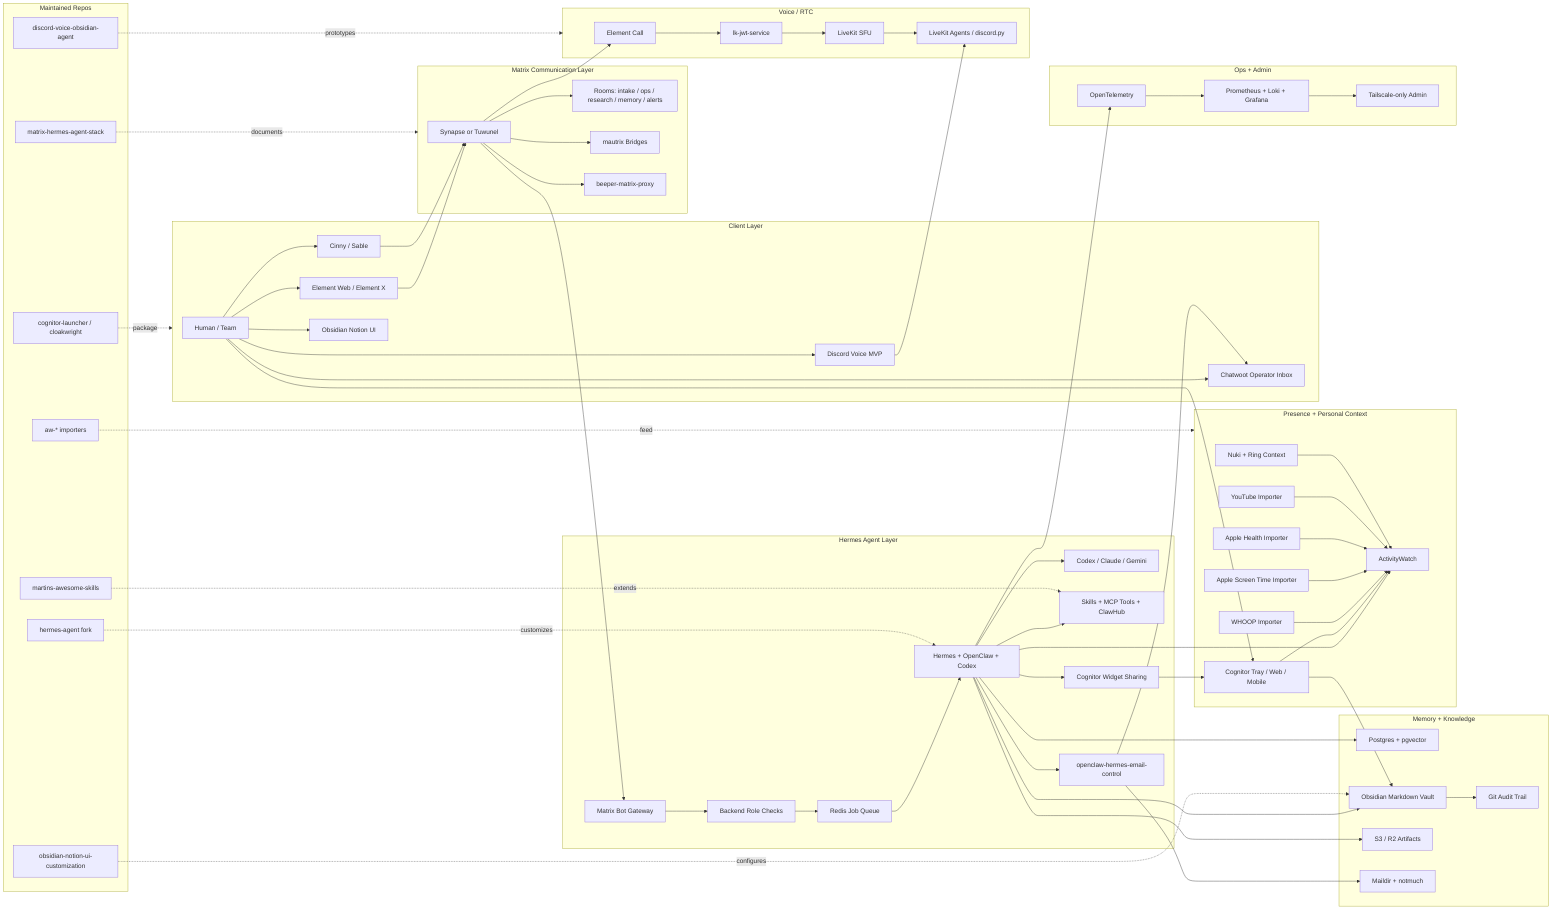
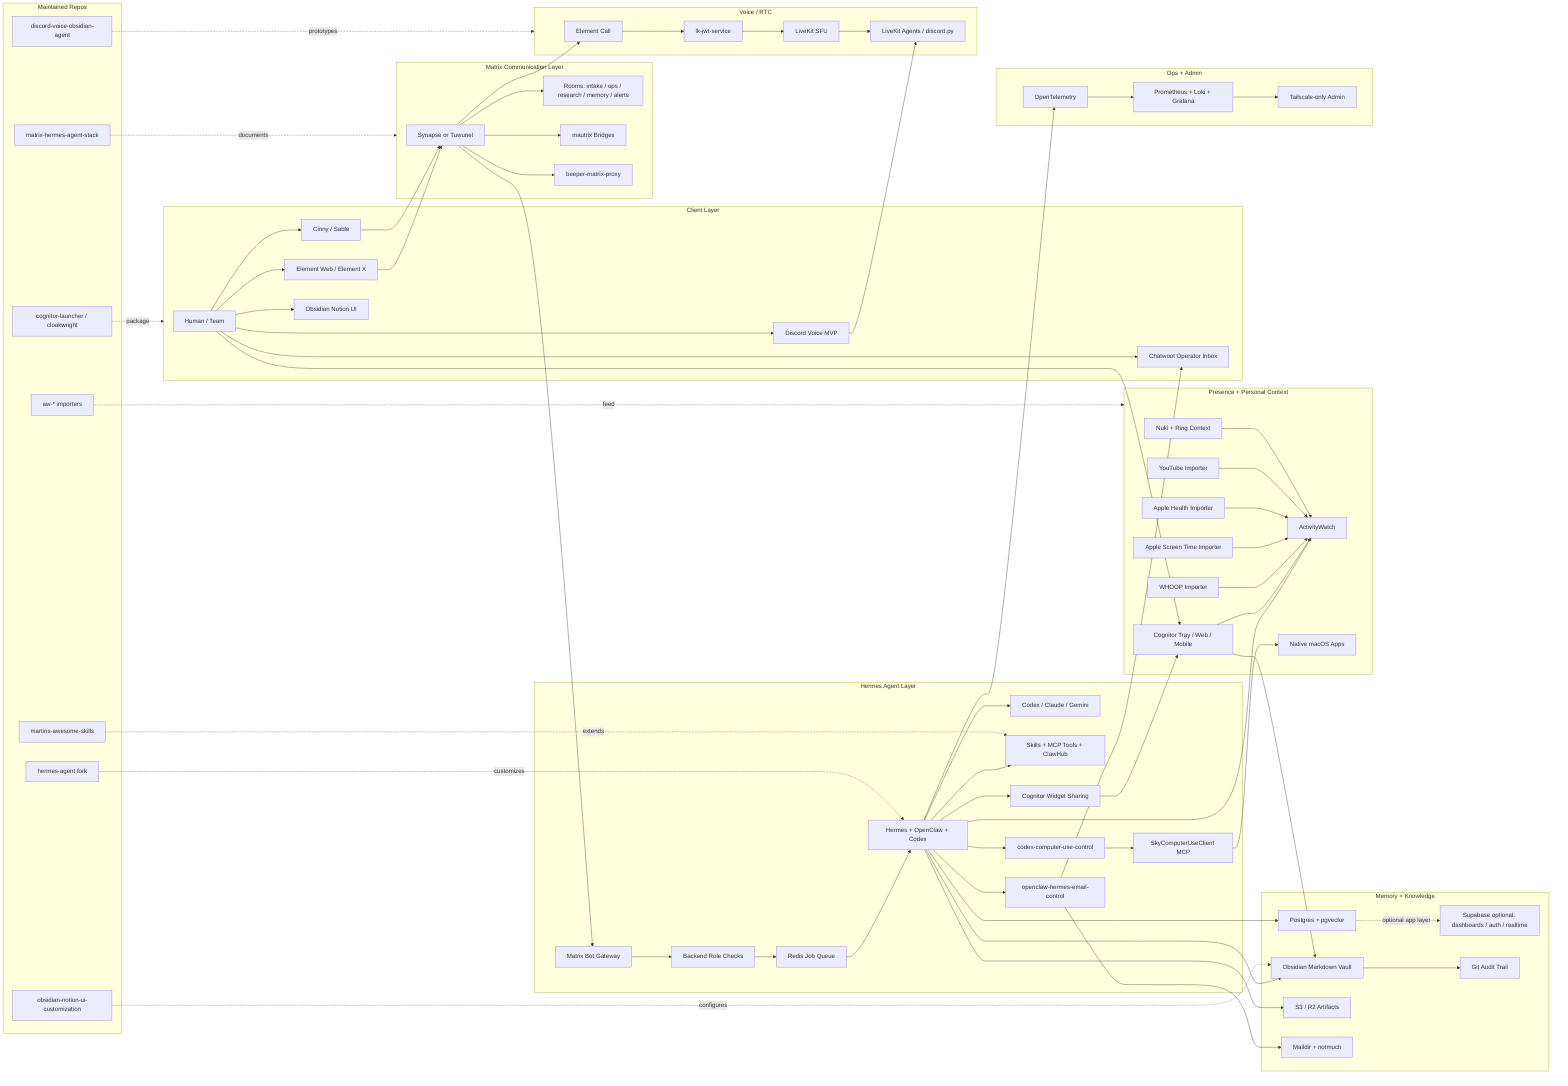
flowchart LR
  subgraph Clients["Client Layer"]
    Human["Human / Team"]
    Element["Element Web / Element X"]
    Cinny["Cinny / Sable"]
    Discord["Discord Voice MVP"]
    ObsidianUI["Obsidian Notion UI"]
    ChatwootUI["Chatwoot Operator Inbox"]
  end

  subgraph MatrixLayer["Matrix Communication Layer"]
    Homeserver["Synapse or Tuwunel"]
    Rooms["Rooms: intake / ops / research / memory / alerts"]
    Bridges["mautrix Bridges"]
    Beeper["beeper-matrix-proxy"]
  end

  subgraph AgentLayer["Hermes Agent Layer"]
    Bot["Matrix Bot Gateway"]
    Authz["Backend Role Checks"]
    Queue["Redis Job Queue"]
    Runtime["Hermes + OpenClaw + Codex"]
    Workers["Codex / Claude / Gemini"]
    Skills["Skills + MCP Tools + ClawHub"]
    EmailCtrl["openclaw-hermes-email-control"]
    WidgetShare["Cognitor Widget Sharing"]
+     ComputerUseControl["codex-computer-use-control"]
+     SkyClient["SkyComputerUseClient MCP"]
  end

  subgraph KnowledgeLayer["Memory + Knowledge"]
    Postgres["Postgres + pgvector"]
+     Supabase["Supabase optional: dashboards / auth / realtime"]
    Vault["Obsidian Markdown Vault"]
    Git["Git Audit Trail"]
    Artifacts["S3 / R2 Artifacts"]
    Maildir["Maildir + notmuch"]
  end

  subgraph ContextLayer["Presence + Personal Context"]
    AW["ActivityWatch"]
    Whoop["WHOOP Importer"]
    ScreenTime["Apple Screen Time Importer"]
    Health["Apple Health Importer"]
    YouTube["YouTube Importer"]
    Door["Nuki + Ring Context"]
    Cognitor["Cognitor Tray / Web / Mobile"]
+     NativeUI["Native macOS Apps"]
  end

  subgraph VoiceLayer["Voice / RTC"]
    ElementCall["Element Call"]
    LiveKit["LiveKit SFU"]
    JWT["lk-jwt-service"]
    VoiceAgents["LiveKit Agents / discord.py"]
  end

  subgraph OpsLayer["Ops + Admin"]
    OTel["OpenTelemetry"]
    Metrics["Prometheus + Loki + Grafana"]
    Tail["Tailscale-only Admin"]
  end

  subgraph OwnRepos["Maintained Repos"]
    StackRepo["matrix-hermes-agent-stack"]
    HermesRepo["hermes-agent fork"]
    SkillsRepo["martins-awesome-skills"]
    ObsidianRepo["obsidian-notion-ui-customization"]
    VoiceRepo["discord-voice-obsidian-agent"]
    AWRepos["aw-* importers"]
    CognitorRepos["cognitor-launcher / cloakwright"]
  end

  Human --> Element
  Human --> Cinny
  Human --> Discord
  Human --> ObsidianUI
  Human --> ChatwootUI
  Human --> Cognitor
  Element --> Homeserver
  Cinny --> Homeserver
  Homeserver --> Rooms
  Homeserver --> Bot
  Homeserver --> Bridges
  Homeserver --> Beeper
  Bot --> Authz --> Queue --> Runtime
  Runtime --> Workers
  Runtime --> Skills
  Runtime --> EmailCtrl
  Runtime --> WidgetShare
+   Runtime --> ComputerUseControl --> SkyClient --> NativeUI
  EmailCtrl --> ChatwootUI
  EmailCtrl --> Maildir
  WidgetShare --> Cognitor
  Runtime --> Postgres
+   Postgres -. optional app layer .-> Supabase
  Runtime --> Vault --> Git
  Runtime --> Artifacts
  Runtime --> AW
  Cognitor --> AW
  Cognitor --> Vault
  Whoop --> AW
  ScreenTime --> AW
  Health --> AW
  YouTube --> AW
  Door --> AW
  Homeserver --> ElementCall --> JWT --> LiveKit --> VoiceAgents
  Discord --> VoiceAgents
  Runtime --> OTel --> Metrics --> Tail
  StackRepo -. documents .-> MatrixLayer
  HermesRepo -. customizes .-> Runtime
  SkillsRepo -. extends .-> Skills
  ObsidianRepo -. configures .-> Vault
  VoiceRepo -. prototypes .-> VoiceLayer
  AWRepos -. feed .-> ContextLayer
  CognitorRepos -. package .-> Clients
